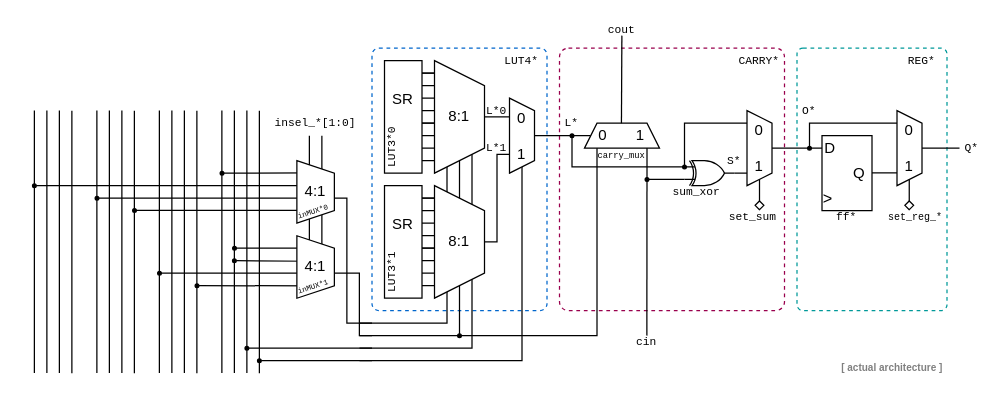
This is doc/md/img/clb-lut4-inst.drawio from mnemocron/my-discrete-fpga, a draw.io file, before an edit. Source tidied: cells renumbered, new cells numbered last; positions are measured from the earlier drawing's top-left corner, leaving out a move shared by most shapes. Both pictures are drawn from the tidied source at 125%, with x=0, y=0 at pixel (34, 22).
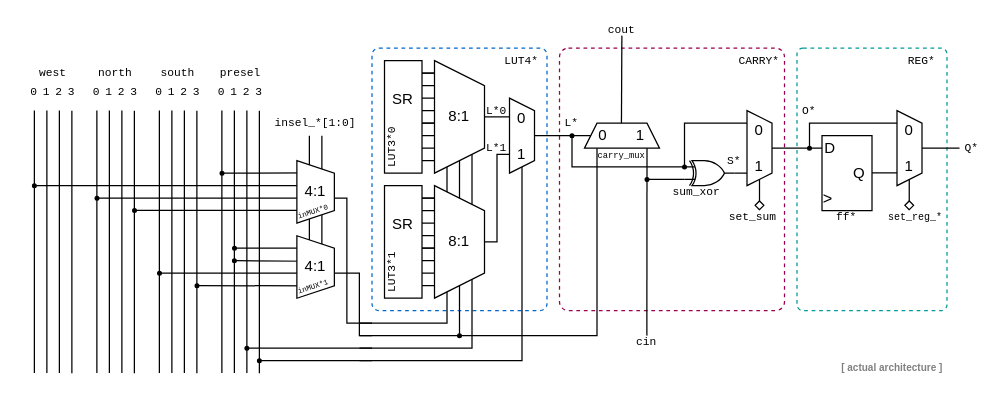
The same page after the edit.

What changed in the source:
```diff
@@
+    <mxCell id="113" value="&lt;font face=&quot;Courier New&quot;&gt;0&lt;/font&gt;" style="text;html=1;strokeColor=none;fillColor=none;align=center;verticalAlign=middle;whiteSpace=wrap;rounded=0;fontSize=9;" parent="1" vertex="1">
+      <mxGeometry x="140" y="50" width="20" height="10" as="geometry" />
+    </mxCell>
+    <mxCell id="114" value="&lt;font face=&quot;Courier New&quot;&gt;1&lt;/font&gt;" style="text;html=1;strokeColor=none;fillColor=none;align=center;verticalAlign=middle;whiteSpace=wrap;rounded=0;fontSize=9;" parent="1" vertex="1">
+      <mxGeometry x="150" y="50" width="20" height="10" as="geometry" />
+    </mxCell>
+    <mxCell id="115" value="&lt;font face=&quot;Courier New&quot;&gt;2&lt;/font&gt;" style="text;html=1;strokeColor=none;fillColor=none;align=center;verticalAlign=middle;whiteSpace=wrap;rounded=0;fontSize=9;" parent="1" vertex="1">
+      <mxGeometry x="160" y="50" width="20" height="10" as="geometry" />
+    </mxCell>
+    <mxCell id="116" value="&lt;font face=&quot;Courier New&quot;&gt;3&lt;/font&gt;" style="text;html=1;strokeColor=none;fillColor=none;align=center;verticalAlign=middle;whiteSpace=wrap;rounded=0;fontSize=9;" parent="1" vertex="1">
+      <mxGeometry x="170" y="50" width="20" height="10" as="geometry" />
+    </mxCell>
+    <mxCell id="117" value="&lt;font face=&quot;Courier New&quot;&gt;0&lt;/font&gt;" style="text;html=1;strokeColor=none;fillColor=none;align=center;verticalAlign=middle;whiteSpace=wrap;rounded=0;fontSize=9;" parent="1" vertex="1">
+      <mxGeometry x="90" y="50" width="20" height="10" as="geometry" />
+    </mxCell>
+    <mxCell id="118" value="&lt;font face=&quot;Courier New&quot;&gt;1&lt;/font&gt;" style="text;html=1;strokeColor=none;fillColor=none;align=center;verticalAlign=middle;whiteSpace=wrap;rounded=0;fontSize=9;" parent="1" vertex="1">
+      <mxGeometry x="100" y="50" width="20" height="10" as="geometry" />
+    </mxCell>
+    <mxCell id="119" value="&lt;font face=&quot;Courier New&quot;&gt;2&lt;/font&gt;" style="text;html=1;strokeColor=none;fillColor=none;align=center;verticalAlign=middle;whiteSpace=wrap;rounded=0;fontSize=9;" parent="1" vertex="1">
+      <mxGeometry x="110" y="50" width="20" height="10" as="geometry" />
+    </mxCell>
+    <mxCell id="120" value="&lt;font face=&quot;Courier New&quot;&gt;3&lt;/font&gt;" style="text;html=1;strokeColor=none;fillColor=none;align=center;verticalAlign=middle;whiteSpace=wrap;rounded=0;fontSize=9;" parent="1" vertex="1">
+      <mxGeometry x="120" y="50" width="20" height="10" as="geometry" />
+    </mxCell>
+    <mxCell id="121" value="&lt;font face=&quot;Courier New&quot;&gt;0&lt;/font&gt;" style="text;html=1;strokeColor=none;fillColor=none;align=center;verticalAlign=middle;whiteSpace=wrap;rounded=0;fontSize=9;" parent="1" vertex="1">
+      <mxGeometry x="40" y="50" width="20" height="10" as="geometry" />
+    </mxCell>
+    <mxCell id="122" value="&lt;font face=&quot;Courier New&quot;&gt;1&lt;/font&gt;" style="text;html=1;strokeColor=none;fillColor=none;align=center;verticalAlign=middle;whiteSpace=wrap;rounded=0;fontSize=9;" parent="1" vertex="1">
+      <mxGeometry x="50" y="50" width="20" height="10" as="geometry" />
+    </mxCell>
+    <mxCell id="123" value="&lt;font face=&quot;Courier New&quot;&gt;2&lt;/font&gt;" style="text;html=1;strokeColor=none;fillColor=none;align=center;verticalAlign=middle;whiteSpace=wrap;rounded=0;fontSize=9;" parent="1" vertex="1">
+      <mxGeometry x="60" y="50" width="20" height="10" as="geometry" />
+    </mxCell>
+    <mxCell id="124" value="&lt;font face=&quot;Courier New&quot;&gt;3&lt;/font&gt;" style="text;html=1;strokeColor=none;fillColor=none;align=center;verticalAlign=middle;whiteSpace=wrap;rounded=0;fontSize=9;" parent="1" vertex="1">
+      <mxGeometry x="70" y="50" width="20" height="10" as="geometry" />
+    </mxCell>
+    <mxCell id="125" value="&lt;font face=&quot;Courier New&quot;&gt;presel&lt;/font&gt;" style="text;html=1;strokeColor=none;fillColor=none;align=center;verticalAlign=middle;whiteSpace=wrap;rounded=0;fontSize=9;" parent="1" vertex="1">
+      <mxGeometry x="150" y="30" width="30" height="20" as="geometry" />
+    </mxCell>
+    <mxCell id="126" value="&lt;font face=&quot;Courier New&quot;&gt;south&lt;/font&gt;" style="text;html=1;strokeColor=none;fillColor=none;align=center;verticalAlign=middle;whiteSpace=wrap;rounded=0;fontSize=9;" parent="1" vertex="1">
+      <mxGeometry x="100" y="30" width="30" height="20" as="geometry" />
+    </mxCell>
+    <mxCell id="127" value="&lt;font face=&quot;Courier New&quot;&gt;north&lt;/font&gt;" style="text;html=1;strokeColor=none;fillColor=none;align=center;verticalAlign=middle;whiteSpace=wrap;rounded=0;fontSize=9;" parent="1" vertex="1">
+      <mxGeometry x="50" y="30" width="30" height="20" as="geometry" />
+    </mxCell>
+    <mxCell id="128" value="&lt;font face=&quot;Courier New&quot;&gt;west&lt;/font&gt;" style="text;html=1;strokeColor=none;fillColor=none;align=center;verticalAlign=middle;whiteSpace=wrap;rounded=0;fontSize=9;" parent="1" vertex="1">
+      <mxGeometry x="-0.3" y="30" width="30" height="20" as="geometry" />
+    </mxCell>
+    <mxCell id="129" value="&lt;font face=&quot;Courier New&quot;&gt;0&lt;/font&gt;" style="text;html=1;strokeColor=none;fillColor=none;align=center;verticalAlign=middle;whiteSpace=wrap;rounded=0;fontSize=9;" parent="1" vertex="1">
+      <mxGeometry x="-10" y="50" width="20" height="10" as="geometry" />
+    </mxCell>
+    <mxCell id="130" value="&lt;font face=&quot;Courier New&quot;&gt;1&lt;/font&gt;" style="text;html=1;strokeColor=none;fillColor=none;align=center;verticalAlign=middle;whiteSpace=wrap;rounded=0;fontSize=9;" parent="1" vertex="1">
+      <mxGeometry y="50" width="20" height="10" as="geometry" />
+    </mxCell>
+    <mxCell id="131" value="&lt;font face=&quot;Courier New&quot;&gt;2&lt;/font&gt;" style="text;html=1;strokeColor=none;fillColor=none;align=center;verticalAlign=middle;whiteSpace=wrap;rounded=0;fontSize=9;" parent="1" vertex="1">
+      <mxGeometry x="10" y="50" width="20" height="10" as="geometry" />
+    </mxCell>
+    <mxCell id="132" value="&lt;font face=&quot;Courier New&quot;&gt;3&lt;/font&gt;" style="text;html=1;strokeColor=none;fillColor=none;align=center;verticalAlign=middle;whiteSpace=wrap;rounded=0;fontSize=9;" parent="1" vertex="1">
+      <mxGeometry x="20" y="50" width="20" height="10" as="geometry" />
+    </mxCell>
```
